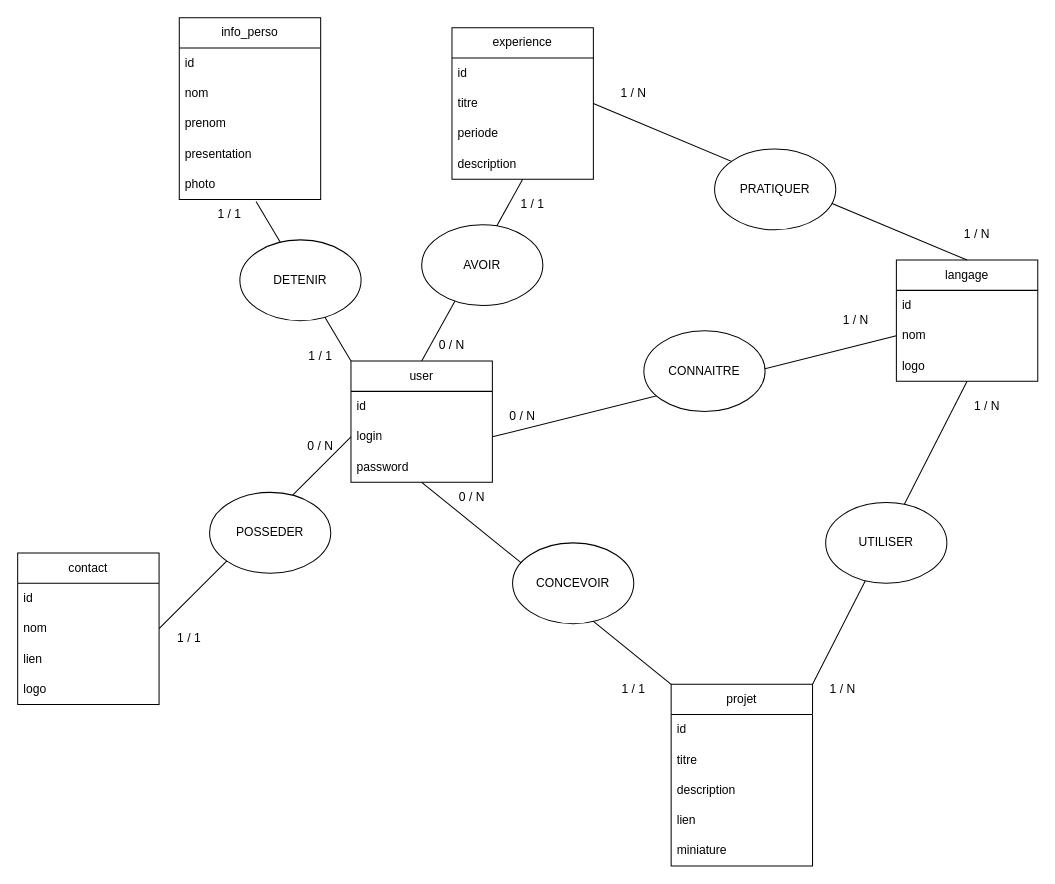
NicolasNegrier/portfolio_node keeps this draw.io diagram as Diagramme sans nom.drawio. Above is the earlier version. Source tidied: cells renumbered, new cells numbered last; positions are measured from the earlier drawing's top-left corner, leaving out a move shared by most shapes. Both pictures are drawn from the tidied source at 101%, with x=0, y=0 at pixel (17, 17).
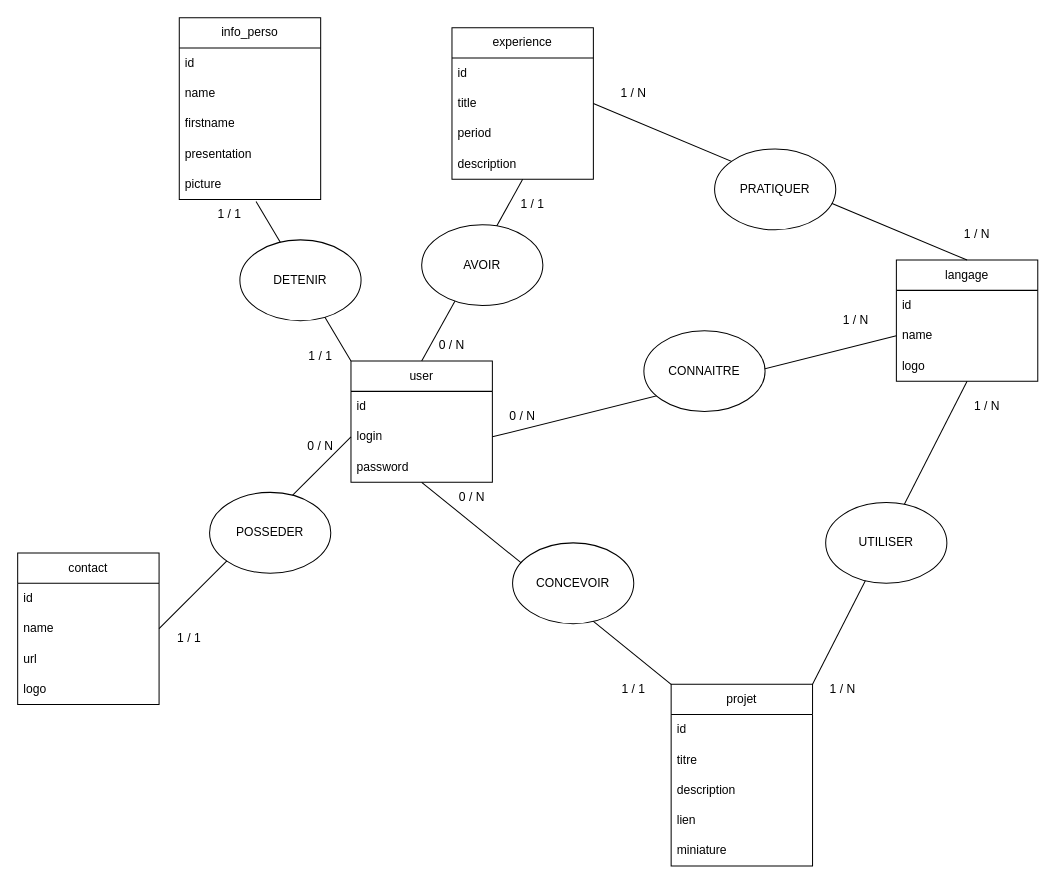
Above is the later version.

Unchanged cells that the change refers to:
```xml
<mxCell id="2" value="info_perso" style="swimlane;fontStyle=0;horizontal=1;startSize=30;whiteSpace=wrap;html=1;" parent="1" vertex="1">
  <mxGeometry x="160" width="140" height="180" as="geometry" />
</mxCell>
<mxCell id="8" value="experience" style="swimlane;fontStyle=0;horizontal=1;startSize=30;whiteSpace=wrap;html=1;" parent="1" vertex="1">
  <mxGeometry x="430" y="10" width="140" height="150" as="geometry" />
</mxCell>
<mxCell id="19" value="langage" style="swimlane;fontStyle=0;horizontal=1;startSize=30;whiteSpace=wrap;html=1;" parent="1" vertex="1">
  <mxGeometry x="870" y="240" width="140" height="120" as="geometry" />
</mxCell>
<mxCell id="23" value="contact" style="swimlane;fontStyle=0;horizontal=1;startSize=30;whiteSpace=wrap;html=1;" parent="1" vertex="1">
  <mxGeometry y="530" width="140" height="150" as="geometry" />
</mxCell>
```

The edit, as a diff of the source:
```diff
@@
-    <mxCell id="4" value="nom" style="text;strokeColor=none;fillColor=none;align=left;verticalAlign=middle;spacingLeft=4;spacingRight=4;overflow=hidden;whiteSpace=wrap;html=1;" parent="2" vertex="1">
+    <mxCell id="4" value="name" style="text;strokeColor=none;fillColor=none;align=left;verticalAlign=middle;spacingLeft=4;spacingRight=4;overflow=hidden;whiteSpace=wrap;html=1;" parent="2" vertex="1">
       <mxGeometry y="60" width="140" height="30" as="geometry" />
     </mxCell>
-    <mxCell id="5" value="prenom" style="text;strokeColor=none;fillColor=none;align=left;verticalAlign=middle;spacingLeft=4;spacingRight=4;overflow=hidden;whiteSpace=wrap;html=1;" parent="2" vertex="1">
+    <mxCell id="5" value="firstname" style="text;strokeColor=none;fillColor=none;align=left;verticalAlign=middle;spacingLeft=4;spacingRight=4;overflow=hidden;whiteSpace=wrap;html=1;" parent="2" vertex="1">
       <mxGeometry y="90" width="140" height="30" as="geometry" />
     </mxCell>
@@
-    <mxCell id="7" value="photo" style="text;strokeColor=none;fillColor=none;align=left;verticalAlign=middle;spacingLeft=4;spacingRight=4;overflow=hidden;points=[[0,0.5],[1,0.5]];portConstraint=eastwest;whiteSpace=wrap;html=1;" parent="2" vertex="1">
+    <mxCell id="7" value="picture" style="text;strokeColor=none;fillColor=none;align=left;verticalAlign=middle;spacingLeft=4;spacingRight=4;overflow=hidden;points=[[0,0.5],[1,0.5]];portConstraint=eastwest;whiteSpace=wrap;html=1;" parent="2" vertex="1">
       <mxGeometry y="150" width="140" height="30" as="geometry" />
     </mxCell>
@@
-    <mxCell id="10" value="titre" style="text;strokeColor=none;fillColor=none;align=left;verticalAlign=middle;spacingLeft=4;spacingRight=4;overflow=hidden;points=[[0,0.5],[1,0.5]];portConstraint=eastwest;whiteSpace=wrap;html=1;" parent="8" vertex="1">
+    <mxCell id="10" value="title" style="text;strokeColor=none;fillColor=none;align=left;verticalAlign=middle;spacingLeft=4;spacingRight=4;overflow=hidden;points=[[0,0.5],[1,0.5]];portConstraint=eastwest;whiteSpace=wrap;html=1;" parent="8" vertex="1">
       <mxGeometry y="60" width="140" height="30" as="geometry" />
     </mxCell>
-    <mxCell id="11" value="periode" style="text;strokeColor=none;fillColor=none;align=left;verticalAlign=middle;spacingLeft=4;spacingRight=4;overflow=hidden;whiteSpace=wrap;html=1;" parent="8" vertex="1">
+    <mxCell id="11" value="period" style="text;strokeColor=none;fillColor=none;align=left;verticalAlign=middle;spacingLeft=4;spacingRight=4;overflow=hidden;whiteSpace=wrap;html=1;" parent="8" vertex="1">
       <mxGeometry y="90" width="140" height="30" as="geometry" />
     </mxCell>
@@
-    <mxCell id="21" value="nom" style="text;strokeColor=none;fillColor=none;align=left;verticalAlign=middle;spacingLeft=4;spacingRight=4;overflow=hidden;points=[[0,0.5],[1,0.5]];portConstraint=eastwest;whiteSpace=wrap;html=1;" parent="19" vertex="1">
+    <mxCell id="21" value="name" style="text;strokeColor=none;fillColor=none;align=left;verticalAlign=middle;spacingLeft=4;spacingRight=4;overflow=hidden;points=[[0,0.5],[1,0.5]];portConstraint=eastwest;whiteSpace=wrap;html=1;" parent="19" vertex="1">
       <mxGeometry y="60" width="140" height="30" as="geometry" />
     </mxCell>
@@
-    <mxCell id="25" value="nom" style="text;strokeColor=none;fillColor=none;align=left;verticalAlign=middle;spacingLeft=4;spacingRight=4;overflow=hidden;points=[[0,0.5],[1,0.5]];portConstraint=eastwest;whiteSpace=wrap;html=1;" parent="23" vertex="1">
+    <mxCell id="25" value="name" style="text;strokeColor=none;fillColor=none;align=left;verticalAlign=middle;spacingLeft=4;spacingRight=4;overflow=hidden;points=[[0,0.5],[1,0.5]];portConstraint=eastwest;whiteSpace=wrap;html=1;" parent="23" vertex="1">
       <mxGeometry y="60" width="140" height="30" as="geometry" />
     </mxCell>
-    <mxCell id="26" value="lien" style="text;strokeColor=none;fillColor=none;align=left;verticalAlign=middle;spacingLeft=4;spacingRight=4;overflow=hidden;whiteSpace=wrap;html=1;" parent="23" vertex="1">
+    <mxCell id="26" value="url" style="text;strokeColor=none;fillColor=none;align=left;verticalAlign=middle;spacingLeft=4;spacingRight=4;overflow=hidden;whiteSpace=wrap;html=1;" parent="23" vertex="1">
       <mxGeometry y="90" width="140" height="30" as="geometry" />
     </mxCell>
```
